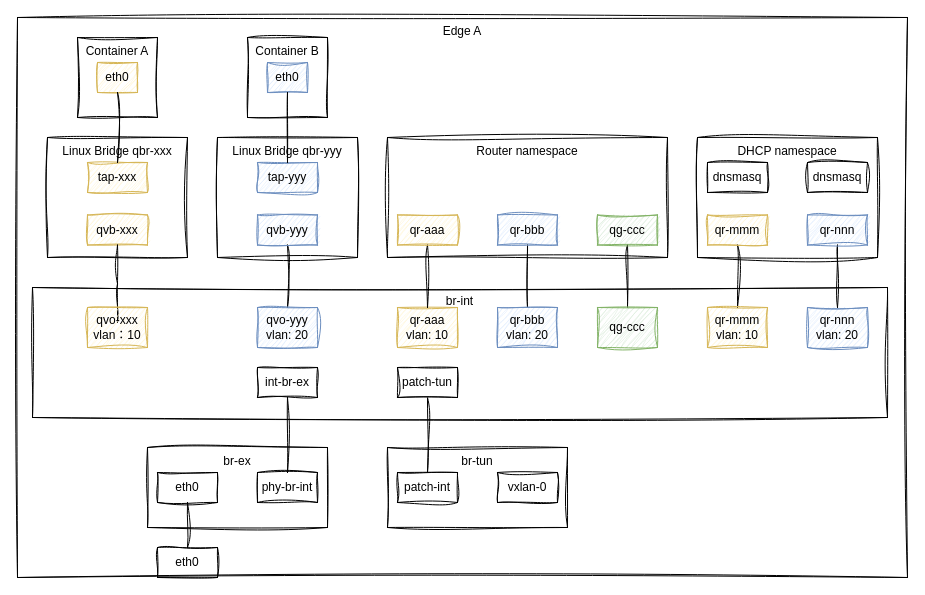
Above: page "单节点跨子网" (2 of 5) of 网络虚拟化v2.drawio in wangkuntian/draw (draw.io), before the change. Source tidied: cells renumbered, new cells numbered last; positions are measured from the earlier drawing's top-left corner, leaving out a move shared by most shapes. Both pictures are drawn from the tidied source at 100%, with x=0, y=0 at pixel (17, 17).
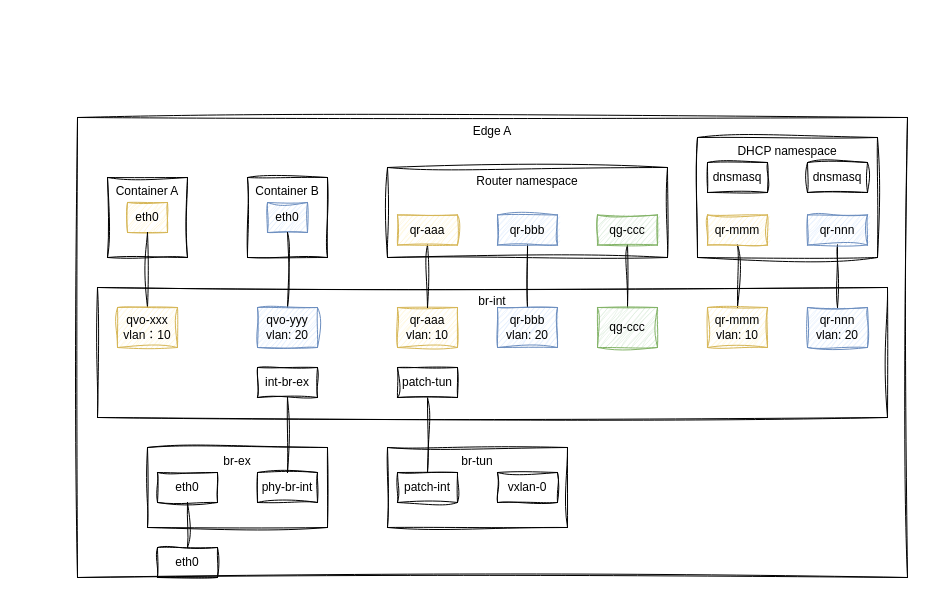
Above is the later version.

Unchanged cells that the change refers to:
```xml
<mxCell id="38" value="qvo-yyy&lt;br&gt;vlan: 20" style="rounded=0;whiteSpace=wrap;html=1;labelBackgroundColor=none;sketch=1;curveFitting=1;jiggle=2;fillColor=#dae8fc;strokeColor=#6c8ebf;" parent="1" vertex="1">
  <mxGeometry x="240" y="290" width="60" height="40" as="geometry" />
</mxCell>
```

Change to the diagram source:
```diff
@@
     <mxCell id="2" value="Edge A" style="rounded=0;whiteSpace=wrap;html=1;verticalAlign=top;labelBackgroundColor=none;sketch=1;curveFitting=1;jiggle=2;fillColor=none;" parent="1" vertex="1">
-      <mxGeometry width="890" height="560" as="geometry" />
+      <mxGeometry x="60" y="100" width="830" height="460" as="geometry" />
     </mxCell>
     <mxCell id="3" value="Container A" style="whiteSpace=wrap;html=1;verticalAlign=top;align=center;fontFamily=Helvetica;fontSize=12;labelBackgroundColor=none;sketch=1;curveFitting=1;jiggle=2;rounded=0;fillColor=none;" parent="1" vertex="1">
-      <mxGeometry x="60" y="20" width="80" height="80" as="geometry" />
+      <mxGeometry x="90" y="160" width="80" height="80" as="geometry" />
     </mxCell>
     <mxCell id="4" value="eth0" style="rounded=0;whiteSpace=wrap;html=1;labelBackgroundColor=none;sketch=1;curveFitting=1;jiggle=2;fillColor=#fff2cc;strokeColor=#d6b656;" parent="1" vertex="1">
-      <mxGeometry x="80" y="45" width="40" height="30" as="geometry" />
+      <mxGeometry x="110" y="185" width="40" height="30" as="geometry" />
     </mxCell>
-    <mxCell id="5" value="Linux Bridge qbr-xxx" style="rounded=0;whiteSpace=wrap;html=1;verticalAlign=top;labelBackgroundColor=none;sketch=1;curveFitting=1;jiggle=2;fillColor=none;" parent="1" vertex="1">
-      <mxGeometry x="30" y="120" width="140" height="120" as="geometry" />
-    </mxCell>
-    <mxCell id="6" value="tap-xxx" style="rounded=0;whiteSpace=wrap;html=1;labelBackgroundColor=none;sketch=1;curveFitting=1;jiggle=2;fillColor=#fff2cc;strokeColor=#d6b656;" parent="1" vertex="1">
-      <mxGeometry x="70" y="145" width="60" height="30" as="geometry" />
-    </mxCell>
-    <mxCell id="7" value="qvb-xxx" style="rounded=0;whiteSpace=wrap;html=1;labelBackgroundColor=none;sketch=1;curveFitting=1;jiggle=2;fillColor=#fff2cc;strokeColor=#d6b656;" parent="1" vertex="1">
-      <mxGeometry x="70" y="197.5" width="60" height="30" as="geometry" />
-    </mxCell>
     <mxCell id="8" value="br-int" style="rounded=0;whiteSpace=wrap;html=1;verticalAlign=top;labelBackgroundColor=none;sketch=1;curveFitting=1;jiggle=2;fillColor=none;" parent="1" vertex="1">
-      <mxGeometry x="15" y="270" width="855" height="130" as="geometry" />
+      <mxGeometry x="80" y="270" width="790" height="130" as="geometry" />
     </mxCell>
@@
     <mxCell id="15" value="Router namespace" style="rounded=0;whiteSpace=wrap;html=1;verticalAlign=top;labelBackgroundColor=none;sketch=1;curveFitting=1;jiggle=2;fillColor=none;" parent="1" vertex="1">
-      <mxGeometry x="370" y="120" width="280" height="120" as="geometry" />
+      <mxGeometry x="370" y="150" width="280" height="90" as="geometry" />
     </mxCell>
@@
-    <mxCell id="24" style="rounded=0;jettySize=auto;html=1;endArrow=none;endFill=1;startFill=0;edgeStyle=orthogonalEdgeStyle;labelBackgroundColor=none;fontColor=default;sketch=1;curveFitting=1;jiggle=2;" parent="1" edge="1" source="4" target="6">
-      <mxGeometry relative="1" as="geometry" />
-    </mxCell>
-    <mxCell id="25" style="edgeStyle=orthogonalEdgeStyle;rounded=0;jettySize=auto;html=1;entryX=0.5;entryY=0;entryDx=0;entryDy=0;endArrow=none;startFill=0;labelBackgroundColor=none;fontColor=default;sketch=1;curveFitting=1;jiggle=2;" parent="1" edge="1" source="7">
-      <mxGeometry relative="1" as="geometry">
-        <mxPoint x="100" y="305" as="targetPoint" />
-      </mxGeometry>
+    <mxCell id="25" style="edgeStyle=orthogonalEdgeStyle;rounded=0;jettySize=auto;html=1;entryX=0.5;entryY=0;entryDx=0;entryDy=0;endArrow=none;startFill=0;labelBackgroundColor=none;fontColor=default;sketch=1;curveFitting=1;jiggle=2;exitX=0.5;exitY=1;exitDx=0;exitDy=0;" parent="1" edge="1" source="4" target="37">
+      <mxGeometry relative="1" as="geometry" />
     </mxCell>
@@
     <mxCell id="30" value="Container B" style="whiteSpace=wrap;html=1;verticalAlign=top;align=center;fontFamily=Helvetica;fontSize=12;labelBackgroundColor=none;sketch=1;curveFitting=1;jiggle=2;rounded=0;fillColor=none;" parent="1" vertex="1">
-      <mxGeometry x="230" y="20" width="80" height="80" as="geometry" />
+      <mxGeometry x="230" y="160" width="80" height="80" as="geometry" />
     </mxCell>
     <mxCell id="31" value="eth0" style="rounded=0;whiteSpace=wrap;html=1;labelBackgroundColor=none;sketch=1;curveFitting=1;jiggle=2;fillColor=#dae8fc;strokeColor=#6c8ebf;" parent="1" vertex="1">
-      <mxGeometry x="250" y="45" width="40" height="30" as="geometry" />
+      <mxGeometry x="250" y="185" width="40" height="30" as="geometry" />
     </mxCell>
-    <mxCell id="32" value="Linux Bridge qbr-yyy" style="rounded=0;whiteSpace=wrap;html=1;verticalAlign=top;labelBackgroundColor=none;sketch=1;curveFitting=1;jiggle=2;fillColor=none;" parent="1" vertex="1">
-      <mxGeometry x="200" y="120" width="140" height="120" as="geometry" />
-    </mxCell>
-    <mxCell id="33" value="tap-yyy" style="rounded=0;whiteSpace=wrap;html=1;labelBackgroundColor=none;sketch=1;curveFitting=1;jiggle=2;fillColor=#dae8fc;strokeColor=#6c8ebf;" parent="1" vertex="1">
-      <mxGeometry x="240" y="145" width="60" height="30" as="geometry" />
-    </mxCell>
-    <mxCell id="34" style="edgeStyle=orthogonalEdgeStyle;rounded=0;jettySize=auto;html=1;endArrow=none;startFill=0;labelBackgroundColor=none;fontColor=default;sketch=1;curveFitting=1;jiggle=2;" parent="1" edge="1" source="35" target="38">
+    <mxCell id="34" style="edgeStyle=orthogonalEdgeStyle;rounded=0;jettySize=auto;html=1;endArrow=none;startFill=0;labelBackgroundColor=none;fontColor=default;sketch=1;curveFitting=1;jiggle=2;exitX=0.5;exitY=1;exitDx=0;exitDy=0;" parent="1" edge="1" source="31" target="38">
       <mxGeometry relative="1" as="geometry" />
     </mxCell>
-    <mxCell id="35" value="qvb-yyy" style="rounded=0;whiteSpace=wrap;html=1;labelBackgroundColor=none;sketch=1;curveFitting=1;jiggle=2;fillColor=#dae8fc;strokeColor=#6c8ebf;" parent="1" vertex="1">
-      <mxGeometry x="240" y="197.5" width="60" height="30" as="geometry" />
-    </mxCell>
-    <mxCell id="36" style="rounded=0;jettySize=auto;html=1;endArrow=none;endFill=1;startFill=0;edgeStyle=orthogonalEdgeStyle;labelBackgroundColor=none;fontColor=default;sketch=1;curveFitting=1;jiggle=2;" parent="1" edge="1" source="31" target="33">
-      <mxGeometry relative="1" as="geometry" />
-    </mxCell>
     <mxCell id="37" value="qvo-xxx&lt;br&gt;vlan：10" style="rounded=0;whiteSpace=wrap;html=1;labelBackgroundColor=none;sketch=1;curveFitting=1;jiggle=2;fillColor=#fff2cc;strokeColor=#d6b656;" parent="1" vertex="1">
-      <mxGeometry x="70" y="290" width="60" height="40" as="geometry" />
+      <mxGeometry x="100" y="290" width="60" height="40" as="geometry" />
     </mxCell>
```
